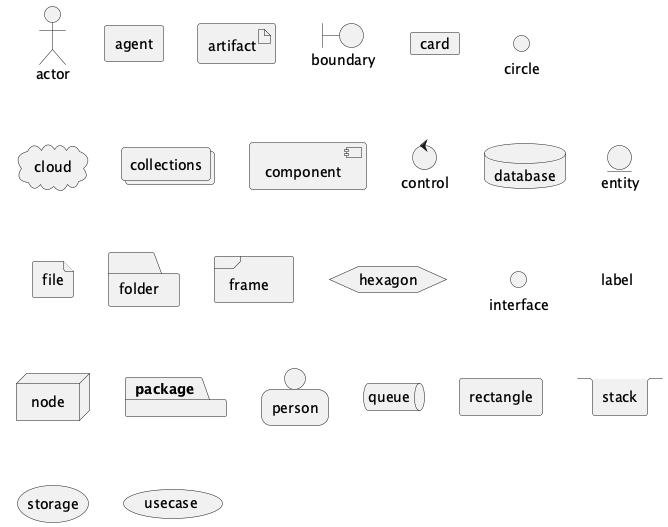
The PlantUML diagram doc/deployment-diagram/deployment-diagram.plantuml.png in joelparkerhenderson/plantuml-examples, before a commit.
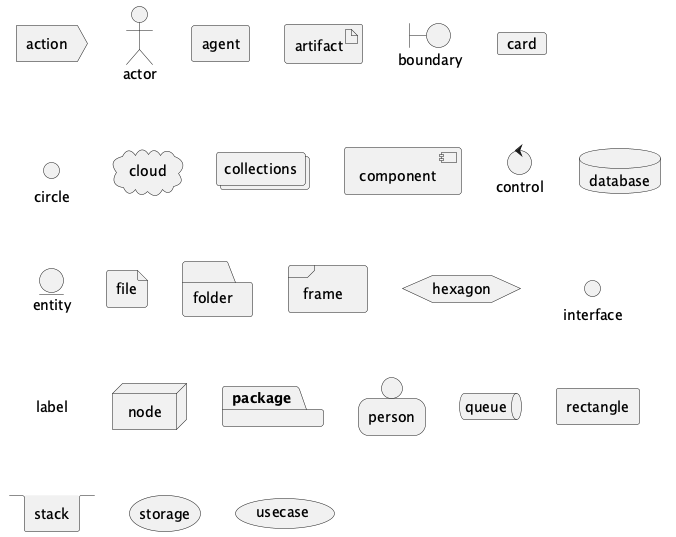
Later version of the same file.

Diff of the diagram source:
```diff
@@ -1,5 +1,6 @@
 @startuml
 skinparam monochrome true
+action action
 actor actor
 agent agent
 artifact artifact
```
